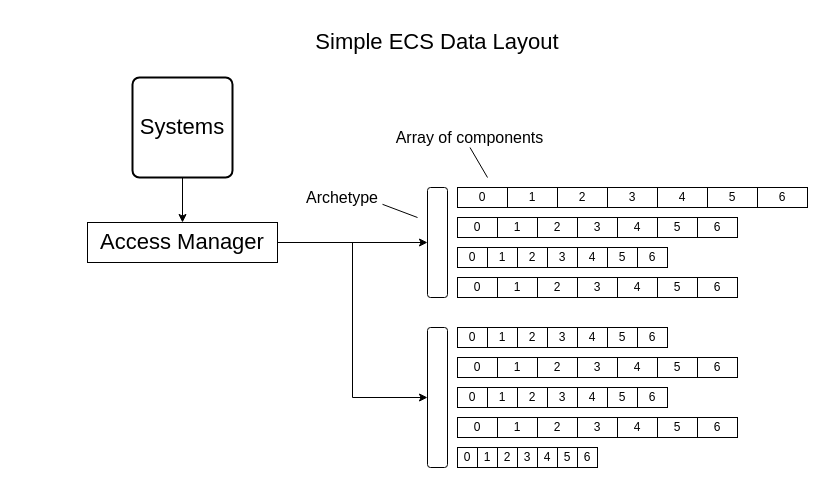
PaperPrototype/flowchart-diagrams keeps this draw.io diagram as page "Page-1" (1 of 2) of ECS/ECS_Data_Layout_with_Entitys.drawio. Above is the earlier version. Source tidied: cells renumbered, new cells numbered last; positions are measured from the earlier drawing's top-left corner, leaving out a move shared by most shapes. Both pictures are drawn from the tidied source at 100%, with x=0, y=0 at pixel (87, 17).
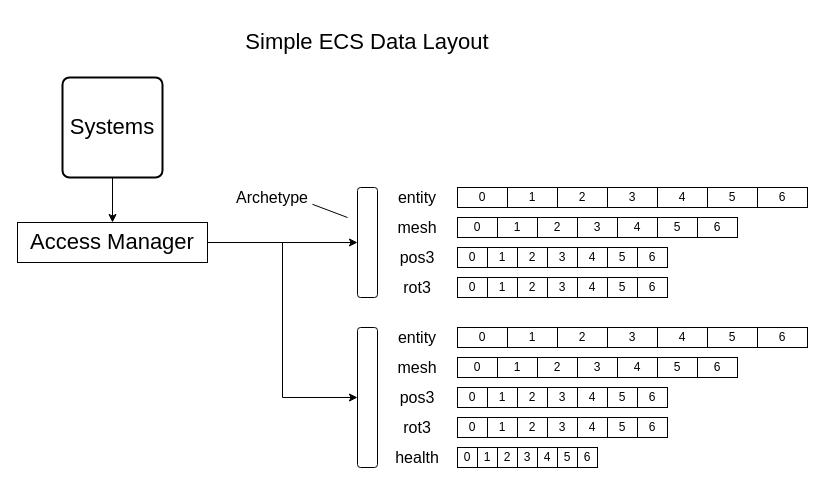
The same diagram, later.

The edit, as a diff of the source:
```diff
@@
     <mxCell id="2" style="rounded=1;whiteSpace=wrap;html=1;" parent="1" vertex="1">
-      <mxGeometry x="340" y="310" width="20" height="140" as="geometry" />
+      <mxGeometry x="270" y="310" width="20" height="140" as="geometry" />
     </mxCell>
@@
     <mxCell id="4" value="0" style="rounded=0;whiteSpace=wrap;html=1;" parent="1" vertex="1">
-      <mxGeometry x="370" y="370" width="30" height="20" as="geometry" />
+      <mxGeometry x="370" y="400" width="30" height="20" as="geometry" />
     </mxCell>
-    <mxCell id="5" value="0" style="rounded=0;whiteSpace=wrap;html=1;" parent="1" vertex="1">
-      <mxGeometry x="370" y="400" width="40" height="20" as="geometry" />
-    </mxCell>
@@
     <mxCell id="13" value="1" style="rounded=0;whiteSpace=wrap;html=1;" parent="1" vertex="1">
-      <mxGeometry x="400" y="370" width="30" height="20" as="geometry" />
+      <mxGeometry x="400" y="400" width="30" height="20" as="geometry" />
     </mxCell>
     <mxCell id="14" value="2" style="rounded=0;whiteSpace=wrap;html=1;" parent="1" vertex="1">
-      <mxGeometry x="430" y="370" width="30" height="20" as="geometry" />
+      <mxGeometry x="430" y="400" width="30" height="20" as="geometry" />
     </mxCell>
     <mxCell id="15" value="3" style="rounded=0;whiteSpace=wrap;html=1;" parent="1" vertex="1">
-      <mxGeometry x="460" y="370" width="30" height="20" as="geometry" />
+      <mxGeometry x="460" y="400" width="30" height="20" as="geometry" />
     </mxCell>
     <mxCell id="16" value="4" style="rounded=0;whiteSpace=wrap;html=1;" parent="1" vertex="1">
-      <mxGeometry x="490" y="370" width="30" height="20" as="geometry" />
+      <mxGeometry x="490" y="400" width="30" height="20" as="geometry" />
     </mxCell>
     <mxCell id="17" value="5" style="rounded=0;whiteSpace=wrap;html=1;" parent="1" vertex="1">
-      <mxGeometry x="520" y="370" width="30" height="20" as="geometry" />
+      <mxGeometry x="520" y="400" width="30" height="20" as="geometry" />
     </mxCell>
     <mxCell id="18" value="6" style="rounded=0;whiteSpace=wrap;html=1;" parent="1" vertex="1">
-      <mxGeometry x="550" y="370" width="30" height="20" as="geometry" />
+      <mxGeometry x="550" y="400" width="30" height="20" as="geometry" />
     </mxCell>
-    <mxCell id="19" value="1" style="rounded=0;whiteSpace=wrap;html=1;" parent="1" vertex="1">
-      <mxGeometry x="410" y="400" width="40" height="20" as="geometry" />
-    </mxCell>
-    <mxCell id="20" value="2" style="rounded=0;whiteSpace=wrap;html=1;" parent="1" vertex="1">
-      <mxGeometry x="450" y="400" width="40" height="20" as="geometry" />
-    </mxCell>
-    <mxCell id="21" value="3" style="rounded=0;whiteSpace=wrap;html=1;" parent="1" vertex="1">
-      <mxGeometry x="490" y="400" width="40" height="20" as="geometry" />
-    </mxCell>
-    <mxCell id="22" value="4" style="rounded=0;whiteSpace=wrap;html=1;" parent="1" vertex="1">
-      <mxGeometry x="530" y="400" width="40" height="20" as="geometry" />
-    </mxCell>
-    <mxCell id="23" value="5" style="rounded=0;whiteSpace=wrap;html=1;" parent="1" vertex="1">
-      <mxGeometry x="570" y="400" width="40" height="20" as="geometry" />
-    </mxCell>
-    <mxCell id="24" value="6" style="rounded=0;whiteSpace=wrap;html=1;" parent="1" vertex="1">
-      <mxGeometry x="610" y="400" width="40" height="20" as="geometry" />
-    </mxCell>
@@
     <mxCell id="31" style="rounded=1;whiteSpace=wrap;html=1;" parent="1" vertex="1">
-      <mxGeometry x="340" y="170" width="20" height="110" as="geometry" />
+      <mxGeometry x="270" y="170" width="20" height="110" as="geometry" />
     </mxCell>
@@
-    <mxCell id="53" value="0" style="rounded=0;whiteSpace=wrap;html=1;" parent="1" vertex="1">
-      <mxGeometry x="370" y="260" width="40" height="20" as="geometry" />
-    </mxCell>
-    <mxCell id="54" value="1" style="rounded=0;whiteSpace=wrap;html=1;" parent="1" vertex="1">
-      <mxGeometry x="410" y="260" width="40" height="20" as="geometry" />
-    </mxCell>
-    <mxCell id="55" value="2" style="rounded=0;whiteSpace=wrap;html=1;" parent="1" vertex="1">
-      <mxGeometry x="450" y="260" width="40" height="20" as="geometry" />
-    </mxCell>
-    <mxCell id="56" value="3" style="rounded=0;whiteSpace=wrap;html=1;" parent="1" vertex="1">
-      <mxGeometry x="490" y="260" width="40" height="20" as="geometry" />
-    </mxCell>
-    <mxCell id="57" value="4" style="rounded=0;whiteSpace=wrap;html=1;" parent="1" vertex="1">
-      <mxGeometry x="530" y="260" width="40" height="20" as="geometry" />
-    </mxCell>
-    <mxCell id="58" value="5" style="rounded=0;whiteSpace=wrap;html=1;" parent="1" vertex="1">
-      <mxGeometry x="570" y="260" width="40" height="20" as="geometry" />
-    </mxCell>
-    <mxCell id="59" value="6" style="rounded=0;whiteSpace=wrap;html=1;" parent="1" vertex="1">
-      <mxGeometry x="610" y="260" width="40" height="20" as="geometry" />
-    </mxCell>
     <mxCell id="60" value="Archetype" style="text;html=1;strokeColor=none;fillColor=none;align=center;verticalAlign=middle;whiteSpace=wrap;rounded=0;fontSize=16;" parent="1" vertex="1">
-      <mxGeometry x="215" y="166.2" width="80" height="27.5" as="geometry" />
+      <mxGeometry x="145" y="166.2" width="80" height="27.5" as="geometry" />
     </mxCell>
-    <mxCell id="61" value="0" style="rounded=0;whiteSpace=wrap;html=1;" parent="1" vertex="1">
-      <mxGeometry x="370" y="310" width="30" height="20" as="geometry" />
-    </mxCell>
-    <mxCell id="62" value="1" style="rounded=0;whiteSpace=wrap;html=1;" parent="1" vertex="1">
-      <mxGeometry x="400" y="310" width="30" height="20" as="geometry" />
-    </mxCell>
-    <mxCell id="63" value="2" style="rounded=0;whiteSpace=wrap;html=1;" parent="1" vertex="1">
-      <mxGeometry x="430" y="310" width="30" height="20" as="geometry" />
-    </mxCell>
-    <mxCell id="64" value="3" style="rounded=0;whiteSpace=wrap;html=1;" parent="1" vertex="1">
-      <mxGeometry x="460" y="310" width="30" height="20" as="geometry" />
-    </mxCell>
-    <mxCell id="65" value="4" style="rounded=0;whiteSpace=wrap;html=1;" parent="1" vertex="1">
-      <mxGeometry x="490" y="310" width="30" height="20" as="geometry" />
-    </mxCell>
-    <mxCell id="66" value="5" style="rounded=0;whiteSpace=wrap;html=1;" parent="1" vertex="1">
-      <mxGeometry x="520" y="310" width="30" height="20" as="geometry" />
-    </mxCell>
-    <mxCell id="67" value="6" style="rounded=0;whiteSpace=wrap;html=1;" parent="1" vertex="1">
-      <mxGeometry x="550" y="310" width="30" height="20" as="geometry" />
-    </mxCell>
-    <mxCell id="68" value="Array of components" style="text;html=1;strokeColor=none;fillColor=none;align=center;verticalAlign=middle;whiteSpace=wrap;rounded=0;fontSize=16;" parent="1" vertex="1">
-      <mxGeometry x="295" y="110" width="175" height="20" as="geometry" />
+    <mxCell id="68" value="entity" style="text;html=1;strokeColor=none;fillColor=none;align=center;verticalAlign=middle;whiteSpace=wrap;rounded=0;fontSize=16;" parent="1" vertex="1">
+      <mxGeometry x="300" y="170" width="60" height="20" as="geometry" />
     </mxCell>
     <mxCell id="69" value="Simple ECS Data Layout" style="text;html=1;strokeColor=none;fillColor=none;align=center;verticalAlign=middle;whiteSpace=wrap;rounded=0;fontSize=22;" parent="1" vertex="1">
-      <mxGeometry x="150" width="400" height="50" as="geometry" />
+      <mxGeometry x="80" width="400" height="50" as="geometry" />
     </mxCell>
@@
     <mxCell id="72" value="Access Manager" style="rounded=0;whiteSpace=wrap;html=1;fontSize=22;" parent="1" vertex="1">
-      <mxGeometry y="205" width="190" height="40" as="geometry" />
+      <mxGeometry x="-70" y="205" width="190" height="40" as="geometry" />
     </mxCell>
     <mxCell id="73" style="endArrow=none;html=1;rounded=0;fontSize=22;exitX=1;exitY=0.75;exitDx=0;exitDy=0;" parent="1" edge="1" source="60">
       <mxGeometry relative="1" as="geometry">
-        <mxPoint x="330" y="200" as="targetPoint" />
+        <mxPoint x="260" y="200" as="targetPoint" />
       </mxGeometry>
     </mxCell>
-    <mxCell id="74" style="endArrow=none;html=1;rounded=0;fontSize=22;exitX=0.5;exitY=1;exitDx=0;exitDy=0;" parent="1" edge="1" source="68">
-      <mxGeometry relative="1" as="geometry">
-        <mxPoint x="400" y="160" as="targetPoint" />
-      </mxGeometry>
-    </mxCell>
@@
     <mxCell id="76" value="Systems" style="rounded=1;whiteSpace=wrap;html=1;absoluteArcSize=1;arcSize=14;strokeWidth=2;fontSize=22;" parent="1" vertex="1">
-      <mxGeometry x="45" y="60" width="100" height="100" as="geometry" />
+      <mxGeometry x="-25" y="60" width="100" height="100" as="geometry" />
     </mxCell>
+    <mxCell id="77" value="0" style="rounded=0;whiteSpace=wrap;html=1;" parent="1" vertex="1">
+      <mxGeometry x="370" y="310" width="50" height="20" as="geometry" />
+    </mxCell>
+    <mxCell id="78" value="1" style="rounded=0;whiteSpace=wrap;html=1;" parent="1" vertex="1">
+      <mxGeometry x="420" y="310" width="50" height="20" as="geometry" />
+    </mxCell>
+    <mxCell id="79" value="2" style="rounded=0;whiteSpace=wrap;html=1;" parent="1" vertex="1">
+      <mxGeometry x="470" y="310" width="50" height="20" as="geometry" />
+    </mxCell>
+    <mxCell id="80" value="3" style="rounded=0;whiteSpace=wrap;html=1;" parent="1" vertex="1">
+      <mxGeometry x="520" y="310" width="50" height="20" as="geometry" />
+    </mxCell>
+    <mxCell id="81" value="4" style="rounded=0;whiteSpace=wrap;html=1;" parent="1" vertex="1">
+      <mxGeometry x="570" y="310" width="50" height="20" as="geometry" />
+    </mxCell>
+    <mxCell id="82" value="5" style="rounded=0;whiteSpace=wrap;html=1;" parent="1" vertex="1">
+      <mxGeometry x="620" y="310" width="50" height="20" as="geometry" />
+    </mxCell>
+    <mxCell id="83" value="6" style="rounded=0;whiteSpace=wrap;html=1;" parent="1" vertex="1">
+      <mxGeometry x="670" y="310" width="50" height="20" as="geometry" />
+    </mxCell>
+    <mxCell id="84" value="mesh" style="text;html=1;strokeColor=none;fillColor=none;align=center;verticalAlign=middle;whiteSpace=wrap;rounded=0;fontSize=16;" parent="1" vertex="1">
+      <mxGeometry x="300" y="200" width="60" height="20" as="geometry" />
+    </mxCell>
+    <mxCell id="85" value="pos3" style="text;html=1;strokeColor=none;fillColor=none;align=center;verticalAlign=middle;whiteSpace=wrap;rounded=0;fontSize=16;" parent="1" vertex="1">
+      <mxGeometry x="300" y="230" width="60" height="20" as="geometry" />
+    </mxCell>
+    <mxCell id="86" value="rot3" style="text;html=1;strokeColor=none;fillColor=none;align=center;verticalAlign=middle;whiteSpace=wrap;rounded=0;fontSize=16;" parent="1" vertex="1">
+      <mxGeometry x="300" y="260" width="60" height="20" as="geometry" />
+    </mxCell>
+    <mxCell id="87" value="entity" style="text;html=1;strokeColor=none;fillColor=none;align=center;verticalAlign=middle;whiteSpace=wrap;rounded=0;fontSize=16;" parent="1" vertex="1">
+      <mxGeometry x="300" y="310" width="60" height="20" as="geometry" />
+    </mxCell>
+    <mxCell id="88" value="mesh" style="text;html=1;strokeColor=none;fillColor=none;align=center;verticalAlign=middle;whiteSpace=wrap;rounded=0;fontSize=16;" parent="1" vertex="1">
+      <mxGeometry x="300" y="340" width="60" height="20" as="geometry" />
+    </mxCell>
+    <mxCell id="89" value="pos3" style="text;html=1;strokeColor=none;fillColor=none;align=center;verticalAlign=middle;whiteSpace=wrap;rounded=0;fontSize=16;" parent="1" vertex="1">
+      <mxGeometry x="300" y="370" width="60" height="20" as="geometry" />
+    </mxCell>
+    <mxCell id="90" value="rot3" style="text;html=1;strokeColor=none;fillColor=none;align=center;verticalAlign=middle;whiteSpace=wrap;rounded=0;fontSize=16;" parent="1" vertex="1">
+      <mxGeometry x="300" y="400" width="60" height="20" as="geometry" />
+    </mxCell>
+    <mxCell id="91" value="0" style="rounded=0;whiteSpace=wrap;html=1;" parent="1" vertex="1">
+      <mxGeometry x="370" y="260" width="30" height="20" as="geometry" />
+    </mxCell>
+    <mxCell id="92" value="1" style="rounded=0;whiteSpace=wrap;html=1;" parent="1" vertex="1">
+      <mxGeometry x="400" y="260" width="30" height="20" as="geometry" />
+    </mxCell>
+    <mxCell id="93" value="2" style="rounded=0;whiteSpace=wrap;html=1;" parent="1" vertex="1">
+      <mxGeometry x="430" y="260" width="30" height="20" as="geometry" />
+    </mxCell>
+    <mxCell id="94" value="3" style="rounded=0;whiteSpace=wrap;html=1;" parent="1" vertex="1">
+      <mxGeometry x="460" y="260" width="30" height="20" as="geometry" />
+    </mxCell>
+    <mxCell id="95" value="4" style="rounded=0;whiteSpace=wrap;html=1;" parent="1" vertex="1">
+      <mxGeometry x="490" y="260" width="30" height="20" as="geometry" />
+    </mxCell>
+    <mxCell id="96" value="5" style="rounded=0;whiteSpace=wrap;html=1;" parent="1" vertex="1">
+      <mxGeometry x="520" y="260" width="30" height="20" as="geometry" />
+    </mxCell>
+    <mxCell id="97" value="6" style="rounded=0;whiteSpace=wrap;html=1;" parent="1" vertex="1">
+      <mxGeometry x="550" y="260" width="30" height="20" as="geometry" />
+    </mxCell>
+    <mxCell id="98" value="0" style="rounded=0;whiteSpace=wrap;html=1;" parent="1" vertex="1">
+      <mxGeometry x="370" y="370" width="30" height="20" as="geometry" />
+    </mxCell>
+    <mxCell id="99" value="1" style="rounded=0;whiteSpace=wrap;html=1;" parent="1" vertex="1">
+      <mxGeometry x="400" y="370" width="30" height="20" as="geometry" />
+    </mxCell>
+    <mxCell id="100" value="2" style="rounded=0;whiteSpace=wrap;html=1;" parent="1" vertex="1">
+      <mxGeometry x="430" y="370" width="30" height="20" as="geometry" />
+    </mxCell>
+    <mxCell id="101" value="3" style="rounded=0;whiteSpace=wrap;html=1;" parent="1" vertex="1">
+      <mxGeometry x="460" y="370" width="30" height="20" as="geometry" />
+    </mxCell>
+    <mxCell id="102" value="4" style="rounded=0;whiteSpace=wrap;html=1;" parent="1" vertex="1">
+      <mxGeometry x="490" y="370" width="30" height="20" as="geometry" />
+    </mxCell>
+    <mxCell id="103" value="5" style="rounded=0;whiteSpace=wrap;html=1;" parent="1" vertex="1">
+      <mxGeometry x="520" y="370" width="30" height="20" as="geometry" />
+    </mxCell>
+    <mxCell id="104" value="6" style="rounded=0;whiteSpace=wrap;html=1;" parent="1" vertex="1">
+      <mxGeometry x="550" y="370" width="30" height="20" as="geometry" />
+    </mxCell>
+    <mxCell id="105" value="health" style="text;html=1;strokeColor=none;fillColor=none;align=center;verticalAlign=middle;whiteSpace=wrap;rounded=0;fontSize=16;" parent="1" vertex="1">
+      <mxGeometry x="300" y="430" width="60" height="20" as="geometry" />
+    </mxCell>
```
